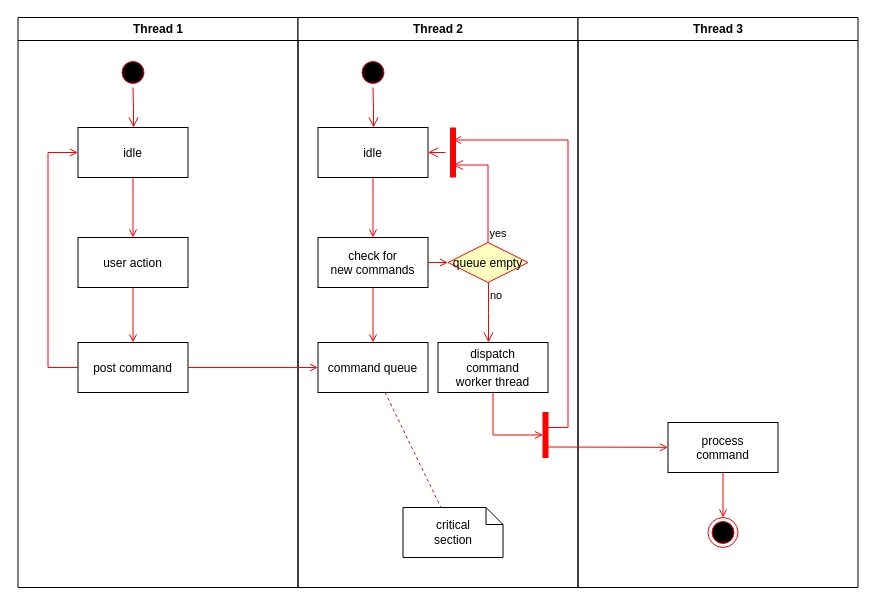
The draw.io diagram 메타동기화.drawio in harry-cong/commons-networking, before the edit. Source tidied: cells renumbered, new cells numbered last; positions are measured from the earlier drawing's top-left corner, leaving out a move shared by most shapes. Both pictures are drawn from the tidied source at 100%, with x=0, y=0 at pixel (17, 17).
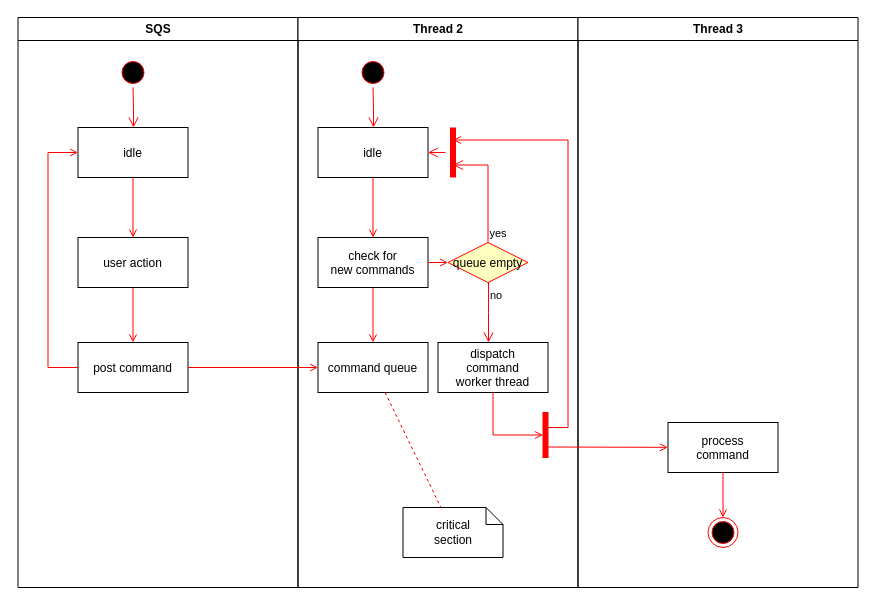
Above is the later version.

Commit message:
메타동기화.drawio 업데이트

Change to the diagram source:
```diff
@@
-    <mxCell id="2" value="Thread 1" style="swimlane;whiteSpace=wrap;" parent="1" vertex="1">
+    <mxCell id="2" value="SQS" style="swimlane;whiteSpace=wrap;" parent="1" vertex="1">
       <mxGeometry x="0.5" width="280" height="570" as="geometry" />
     </mxCell>
```
